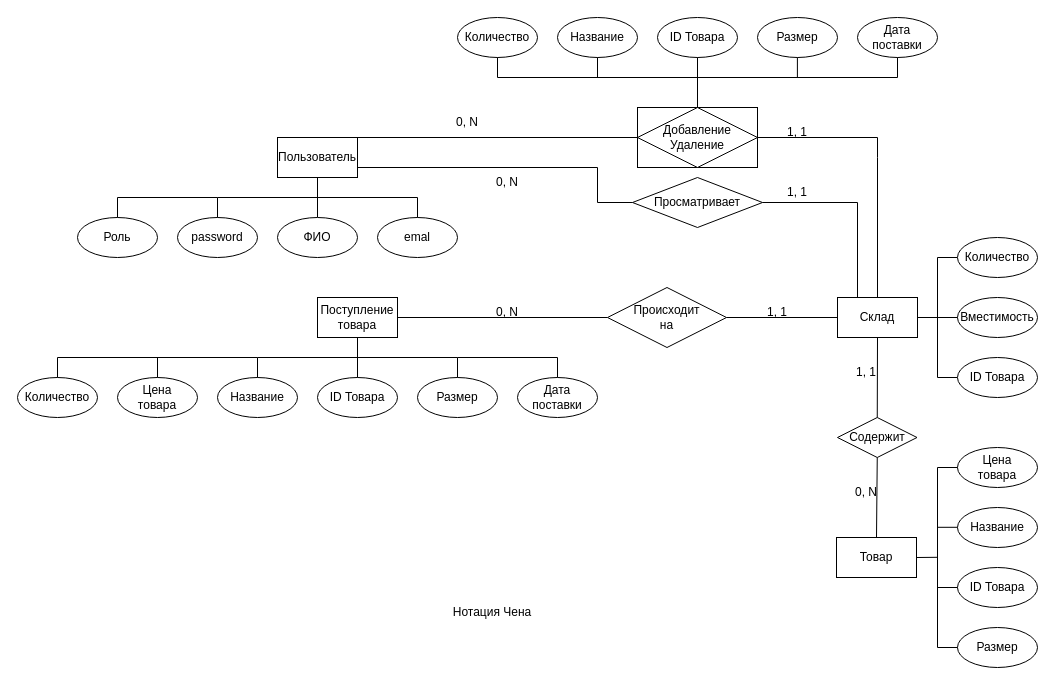
Before: КМПО V2.0.drawio in marsek4/ssp, a draw.io diagram. Source tidied: cells renumbered, new cells numbered last; positions are measured from the earlier drawing's top-left corner, leaving out a move shared by most shapes. Both pictures are drawn from the tidied source at 100%, with x=0, y=0 at pixel (17, 17).
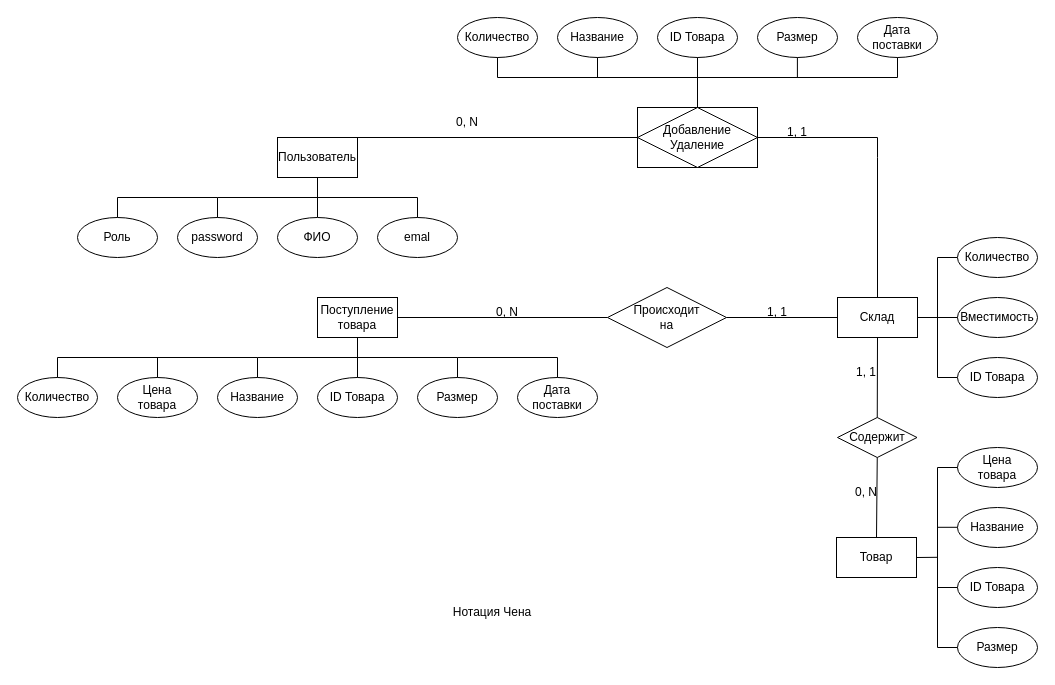
The same diagram, later.

Unchanged cells that the change refers to:
```xml
<mxCell id="3" value="Склад" style="rounded=0;whiteSpace=wrap;html=1;" parent="1" vertex="1">
  <mxGeometry x="820" y="280" width="80" height="40" as="geometry" />
</mxCell>
<mxCell id="40" value="Пользователь" style="rounded=0;whiteSpace=wrap;html=1;" parent="1" vertex="1">
  <mxGeometry x="260" y="120" width="80" height="40" as="geometry" />
</mxCell>
```

What changed in the source:
```diff
@@
-    <mxCell id="57" value="Просматривает" style="rhombus;whiteSpace=wrap;html=1;" parent="1" vertex="1">
-      <mxGeometry x="615" y="160" width="130" height="50" as="geometry" />
-    </mxCell>
-    <mxCell id="58" style="endArrow=none;html=1;rounded=0;exitX=1;exitY=0.75;exitDx=0;exitDy=0;entryX=0;entryY=0.5;entryDx=0;entryDy=0;" parent="1" edge="1" source="40" target="57">
-      <mxGeometry relative="1" as="geometry">
-        <Array as="points">
-          <mxPoint x="580" y="150" />
-          <mxPoint x="580" y="185" />
-        </Array>
-      </mxGeometry>
-    </mxCell>
-    <mxCell id="59" style="endArrow=none;html=1;rounded=0;exitX=0.25;exitY=0;exitDx=0;exitDy=0;entryX=1;entryY=0.5;entryDx=0;entryDy=0;" parent="1" edge="1" source="3" target="57">
-      <mxGeometry relative="1" as="geometry">
-        <Array as="points">
-          <mxPoint x="840" y="185" />
-        </Array>
-      </mxGeometry>
-    </mxCell>
@@
-    <mxCell id="66" value="1, 1" style="text;html=1;strokeColor=none;fillColor=none;align=center;verticalAlign=middle;whiteSpace=wrap;rounded=0;" parent="1" vertex="1">
-      <mxGeometry x="750" y="160" width="60" height="30" as="geometry" />
-    </mxCell>
-    <mxCell id="67" value="0, N" style="text;html=1;strokeColor=none;fillColor=none;align=center;verticalAlign=middle;whiteSpace=wrap;rounded=0;" parent="1" vertex="1">
-      <mxGeometry x="460" y="150" width="60" height="30" as="geometry" />
-    </mxCell>
```
